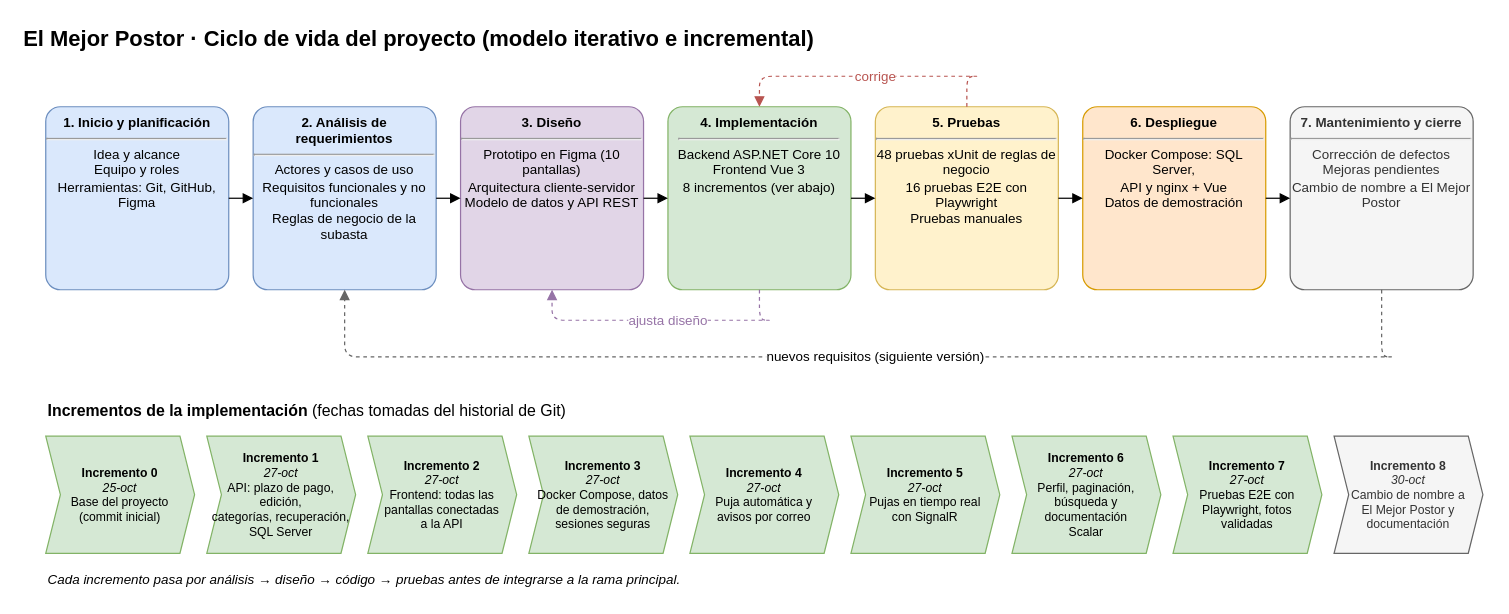
This is docs/diagramas/01-ciclo-de-vida.drawio from willerenver/Proyecto-de-software-2, a draw.io file, before an edit. Source tidied: cells renumbered, new cells numbered last; positions are measured from the earlier drawing's top-left corner, leaving out a move shared by most shapes. Both pictures are drawn from the tidied source at 122%, with x=0, y=0 at pixel (21, 21).
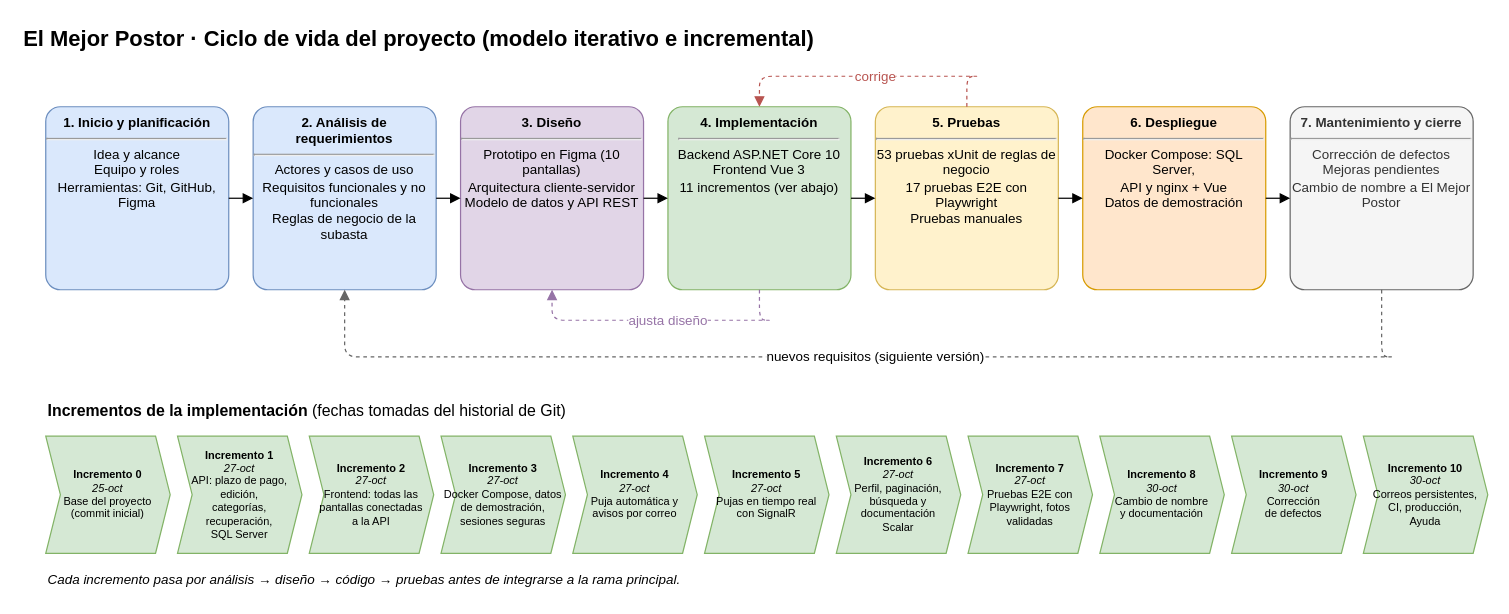
The same diagram, later.

What changed in the source:
```diff
@@
-    <mxCell id="6" value="&lt;b&gt;4. Implementación&lt;/b&gt;&lt;hr&gt;Backend ASP.NET Core 10&lt;br&gt;Frontend Vue 3&lt;br&gt;8 incrementos (ver abajo)" style="html=1;whiteSpace=wrap;fontFamily=Helvetica;fontSize=12;rounded=1;arcSize=8;fontSize=11;verticalAlign=top;fillColor=#d5e8d4;strokeColor=#82b366;" parent="1" vertex="1">
+    <mxCell id="6" value="&lt;b&gt;4. Implementación&lt;/b&gt;&lt;hr&gt;Backend ASP.NET Core 10&lt;br&gt;Frontend Vue 3&lt;br&gt;11 incrementos (ver abajo)" style="html=1;whiteSpace=wrap;fontFamily=Helvetica;fontSize=12;rounded=1;arcSize=8;fontSize=11;verticalAlign=top;fillColor=#d5e8d4;strokeColor=#82b366;" parent="1" vertex="1">
       <mxGeometry x="530" y="70" width="150" height="150" as="geometry" />
     </mxCell>
-    <mxCell id="7" value="&lt;b&gt;5. Pruebas&lt;/b&gt;&lt;hr&gt;48 pruebas xUnit de reglas de negocio&lt;br&gt;16 pruebas E2E con Playwright&lt;br&gt;Pruebas manuales" style="html=1;whiteSpace=wrap;fontFamily=Helvetica;fontSize=12;rounded=1;arcSize=8;fontSize=11;verticalAlign=top;fillColor=#fff2cc;strokeColor=#d6b656;" parent="1" vertex="1">
+    <mxCell id="7" value="&lt;b&gt;5. Pruebas&lt;/b&gt;&lt;hr&gt;53 pruebas xUnit de reglas de negocio&lt;br&gt;17 pruebas E2E con Playwright&lt;br&gt;Pruebas manuales" style="html=1;whiteSpace=wrap;fontFamily=Helvetica;fontSize=12;rounded=1;arcSize=8;fontSize=11;verticalAlign=top;fillColor=#fff2cc;strokeColor=#d6b656;" parent="1" vertex="1">
       <mxGeometry x="700" y="70" width="150" height="150" as="geometry" />
     </mxCell>
@@
-    <mxCell id="20" value="&lt;b&gt;Incremento 0&lt;/b&gt;&lt;br&gt;&lt;i&gt;25-oct&lt;/i&gt;&lt;br&gt;Base del proyecto&lt;br&gt;(commit inicial)" style="html=1;whiteSpace=wrap;fontFamily=Helvetica;fontSize=12;shape=step;perimeter=stepPerimeter;size=12;fixedSize=1;fontSize=10;fillColor=#d5e8d4;strokeColor=#82b366;" parent="1" vertex="1">
-      <mxGeometry x="20" y="340" width="122" height="96" as="geometry" />
+    <mxCell id="20" value="&lt;b&gt;Incremento 0&lt;/b&gt;&lt;br&gt;&lt;i&gt;25-oct&lt;/i&gt;&lt;br&gt;Base del proyecto&lt;br&gt;(commit inicial)" style="html=1;whiteSpace=wrap;fontFamily=Helvetica;fontSize=12;shape=step;perimeter=stepPerimeter;size=12;fixedSize=1;fontSize=9;fillColor=#d5e8d4;strokeColor=#82b366;" parent="1" vertex="1">
+      <mxGeometry x="20" y="340" width="102" height="96" as="geometry" />
     </mxCell>
-    <mxCell id="21" value="&lt;b&gt;Incremento 1&lt;/b&gt;&lt;br&gt;&lt;i&gt;27-oct&lt;/i&gt;&lt;br&gt;API: plazo de pago, edición,&lt;br&gt;categorías, recuperación,&lt;br&gt;SQL Server" style="html=1;whiteSpace=wrap;fontFamily=Helvetica;fontSize=12;shape=step;perimeter=stepPerimeter;size=12;fixedSize=1;fontSize=10;fillColor=#d5e8d4;strokeColor=#82b366;" parent="1" vertex="1">
-      <mxGeometry x="152" y="340" width="122" height="96" as="geometry" />
+    <mxCell id="21" value="&lt;b&gt;Incremento 1&lt;/b&gt;&lt;br&gt;&lt;i&gt;27-oct&lt;/i&gt;&lt;br&gt;API: plazo de pago, edición,&lt;br&gt;categorías, recuperación,&lt;br&gt;SQL Server" style="html=1;whiteSpace=wrap;fontFamily=Helvetica;fontSize=12;shape=step;perimeter=stepPerimeter;size=12;fixedSize=1;fontSize=9;fillColor=#d5e8d4;strokeColor=#82b366;" parent="1" vertex="1">
+      <mxGeometry x="128" y="340" width="102" height="96" as="geometry" />
     </mxCell>
-    <mxCell id="22" value="&lt;b&gt;Incremento 2&lt;/b&gt;&lt;br&gt;&lt;i&gt;27-oct&lt;/i&gt;&lt;br&gt;Frontend: todas las&lt;br&gt;pantallas conectadas&lt;br&gt;a la API" style="html=1;whiteSpace=wrap;fontFamily=Helvetica;fontSize=12;shape=step;perimeter=stepPerimeter;size=12;fixedSize=1;fontSize=10;fillColor=#d5e8d4;strokeColor=#82b366;" parent="1" vertex="1">
-      <mxGeometry x="284" y="340" width="122" height="96" as="geometry" />
+    <mxCell id="22" value="&lt;b&gt;Incremento 2&lt;/b&gt;&lt;br&gt;&lt;i&gt;27-oct&lt;/i&gt;&lt;br&gt;Frontend: todas las&lt;br&gt;pantallas conectadas&lt;br&gt;a la API" style="html=1;whiteSpace=wrap;fontFamily=Helvetica;fontSize=12;shape=step;perimeter=stepPerimeter;size=12;fixedSize=1;fontSize=9;fillColor=#d5e8d4;strokeColor=#82b366;" parent="1" vertex="1">
+      <mxGeometry x="236" y="340" width="102" height="96" as="geometry" />
     </mxCell>
-    <mxCell id="23" value="&lt;b&gt;Incremento 3&lt;/b&gt;&lt;br&gt;&lt;i&gt;27-oct&lt;/i&gt;&lt;br&gt;Docker Compose, datos&lt;br&gt;de demostración,&lt;br&gt;sesiones seguras" style="html=1;whiteSpace=wrap;fontFamily=Helvetica;fontSize=12;shape=step;perimeter=stepPerimeter;size=12;fixedSize=1;fontSize=10;fillColor=#d5e8d4;strokeColor=#82b366;" parent="1" vertex="1">
-      <mxGeometry x="416" y="340" width="122" height="96" as="geometry" />
+    <mxCell id="23" value="&lt;b&gt;Incremento 3&lt;/b&gt;&lt;br&gt;&lt;i&gt;27-oct&lt;/i&gt;&lt;br&gt;Docker Compose, datos&lt;br&gt;de demostración,&lt;br&gt;sesiones seguras" style="html=1;whiteSpace=wrap;fontFamily=Helvetica;fontSize=12;shape=step;perimeter=stepPerimeter;size=12;fixedSize=1;fontSize=9;fillColor=#d5e8d4;strokeColor=#82b366;" parent="1" vertex="1">
+      <mxGeometry x="344" y="340" width="102" height="96" as="geometry" />
     </mxCell>
-    <mxCell id="24" value="&lt;b&gt;Incremento 4&lt;/b&gt;&lt;br&gt;&lt;i&gt;27-oct&lt;/i&gt;&lt;br&gt;Puja automática y&lt;br&gt;avisos por correo" style="html=1;whiteSpace=wrap;fontFamily=Helvetica;fontSize=12;shape=step;perimeter=stepPerimeter;size=12;fixedSize=1;fontSize=10;fillColor=#d5e8d4;strokeColor=#82b366;" parent="1" vertex="1">
-      <mxGeometry x="548" y="340" width="122" height="96" as="geometry" />
+    <mxCell id="24" value="&lt;b&gt;Incremento 4&lt;/b&gt;&lt;br&gt;&lt;i&gt;27-oct&lt;/i&gt;&lt;br&gt;Puja automática y&lt;br&gt;avisos por correo" style="html=1;whiteSpace=wrap;fontFamily=Helvetica;fontSize=12;shape=step;perimeter=stepPerimeter;size=12;fixedSize=1;fontSize=9;fillColor=#d5e8d4;strokeColor=#82b366;" parent="1" vertex="1">
+      <mxGeometry x="452" y="340" width="102" height="96" as="geometry" />
     </mxCell>
-    <mxCell id="25" value="&lt;b&gt;Incremento 5&lt;/b&gt;&lt;br&gt;&lt;i&gt;27-oct&lt;/i&gt;&lt;br&gt;Pujas en tiempo real&lt;br&gt;con SignalR" style="html=1;whiteSpace=wrap;fontFamily=Helvetica;fontSize=12;shape=step;perimeter=stepPerimeter;size=12;fixedSize=1;fontSize=10;fillColor=#d5e8d4;strokeColor=#82b366;" parent="1" vertex="1">
-      <mxGeometry x="680" y="340" width="122" height="96" as="geometry" />
+    <mxCell id="25" value="&lt;b&gt;Incremento 5&lt;/b&gt;&lt;br&gt;&lt;i&gt;27-oct&lt;/i&gt;&lt;br&gt;Pujas en tiempo real&lt;br&gt;con SignalR" style="html=1;whiteSpace=wrap;fontFamily=Helvetica;fontSize=12;shape=step;perimeter=stepPerimeter;size=12;fixedSize=1;fontSize=9;fillColor=#d5e8d4;strokeColor=#82b366;" parent="1" vertex="1">
+      <mxGeometry x="560" y="340" width="102" height="96" as="geometry" />
     </mxCell>
-    <mxCell id="26" value="&lt;b&gt;Incremento 6&lt;/b&gt;&lt;br&gt;&lt;i&gt;27-oct&lt;/i&gt;&lt;br&gt;Perfil, paginación,&lt;br&gt;búsqueda y documentación&lt;br&gt;Scalar" style="html=1;whiteSpace=wrap;fontFamily=Helvetica;fontSize=12;shape=step;perimeter=stepPerimeter;size=12;fixedSize=1;fontSize=10;fillColor=#d5e8d4;strokeColor=#82b366;" parent="1" vertex="1">
-      <mxGeometry x="812" y="340" width="122" height="96" as="geometry" />
+    <mxCell id="26" value="&lt;b&gt;Incremento 6&lt;/b&gt;&lt;br&gt;&lt;i&gt;27-oct&lt;/i&gt;&lt;br&gt;Perfil, paginación,&lt;br&gt;búsqueda y documentación&lt;br&gt;Scalar" style="html=1;whiteSpace=wrap;fontFamily=Helvetica;fontSize=12;shape=step;perimeter=stepPerimeter;size=12;fixedSize=1;fontSize=9;fillColor=#d5e8d4;strokeColor=#82b366;" parent="1" vertex="1">
+      <mxGeometry x="668" y="340" width="102" height="96" as="geometry" />
     </mxCell>
-    <mxCell id="27" value="&lt;b&gt;Incremento 7&lt;/b&gt;&lt;br&gt;&lt;i&gt;27-oct&lt;/i&gt;&lt;br&gt;Pruebas E2E con&lt;br&gt;Playwright, fotos&lt;br&gt;validadas" style="html=1;whiteSpace=wrap;fontFamily=Helvetica;fontSize=12;shape=step;perimeter=stepPerimeter;size=12;fixedSize=1;fontSize=10;fillColor=#d5e8d4;strokeColor=#82b366;" parent="1" vertex="1">
-      <mxGeometry x="944" y="340" width="122" height="96" as="geometry" />
+    <mxCell id="27" value="&lt;b&gt;Incremento 7&lt;/b&gt;&lt;br&gt;&lt;i&gt;27-oct&lt;/i&gt;&lt;br&gt;Pruebas E2E con&lt;br&gt;Playwright, fotos&lt;br&gt;validadas" style="html=1;whiteSpace=wrap;fontFamily=Helvetica;fontSize=12;shape=step;perimeter=stepPerimeter;size=12;fixedSize=1;fontSize=9;fillColor=#d5e8d4;strokeColor=#82b366;" parent="1" vertex="1">
+      <mxGeometry x="776" y="340" width="102" height="96" as="geometry" />
     </mxCell>
-    <mxCell id="28" value="&lt;b&gt;Incremento 8&lt;/b&gt;&lt;br&gt;&lt;i&gt;30-oct&lt;/i&gt;&lt;br&gt;Cambio de nombre a&lt;br&gt;El Mejor Postor y&lt;br&gt;documentación" style="html=1;whiteSpace=wrap;fontFamily=Helvetica;fontSize=12;shape=step;perimeter=stepPerimeter;size=12;fixedSize=1;fontSize=10;fillColor=#f5f5f5;strokeColor=#666666;fontColor=#333333;" parent="1" vertex="1">
-      <mxGeometry x="1076" y="340" width="122" height="96" as="geometry" />
+    <mxCell id="28" value="&lt;b&gt;Incremento 8&lt;/b&gt;&lt;br&gt;&lt;i&gt;30-oct&lt;/i&gt;&lt;br&gt;Cambio de nombre&lt;br&gt;y documentación" style="html=1;whiteSpace=wrap;fontFamily=Helvetica;fontSize=12;shape=step;perimeter=stepPerimeter;size=12;fixedSize=1;fontSize=9;fillColor=#d5e8d4;strokeColor=#82b366;" parent="1" vertex="1">
+      <mxGeometry x="884" y="340" width="102" height="96" as="geometry" />
     </mxCell>
-    <mxCell id="29" value="Cada incremento pasa por análisis → diseño → código → pruebas antes de integrarse a la rama principal." style="html=1;whiteSpace=wrap;fontFamily=Helvetica;fontSize=12;text;align=left;strokeColor=none;fillColor=none;fontStyle=2;fontSize=11;" parent="1" vertex="1">
-      <mxGeometry x="20" y="445" width="1180" height="24" as="geometry" />
+    <mxCell id="29" value="&lt;b&gt;Incremento 9&lt;/b&gt;&lt;br&gt;&lt;i&gt;30-oct&lt;/i&gt;&lt;br&gt;Corrección&lt;br&gt;de defectos" style="html=1;whiteSpace=wrap;fontFamily=Helvetica;fontSize=12;shape=step;perimeter=stepPerimeter;size=12;fixedSize=1;fontSize=9;fillColor=#d5e8d4;strokeColor=#82b366;" parent="1" vertex="1">
+      <mxGeometry x="992" y="340" width="102" height="96" as="geometry" />
     </mxCell>
+    <mxCell id="30" value="&lt;b&gt;Incremento 10&lt;/b&gt;&lt;br&gt;&lt;i&gt;30-oct&lt;/i&gt;&lt;br&gt;Correos persistentes,&lt;br&gt;CI, producción,&lt;br&gt;Ayuda" style="html=1;whiteSpace=wrap;fontFamily=Helvetica;fontSize=12;shape=step;perimeter=stepPerimeter;size=12;fixedSize=1;fontSize=9;fillColor=#d5e8d4;strokeColor=#82b366;" parent="1" vertex="1">
+      <mxGeometry x="1100" y="340" width="102" height="96" as="geometry" />
+    </mxCell>
+    <mxCell id="31" value="Cada incremento pasa por análisis → diseño → código → pruebas antes de integrarse a la rama principal." style="html=1;whiteSpace=wrap;fontFamily=Helvetica;fontSize=12;text;align=left;strokeColor=none;fillColor=none;fontStyle=2;fontSize=11;" parent="1" vertex="1">
+      <mxGeometry x="20" y="445" width="1180" height="24" as="geometry" />
+    </mxCell>
```
